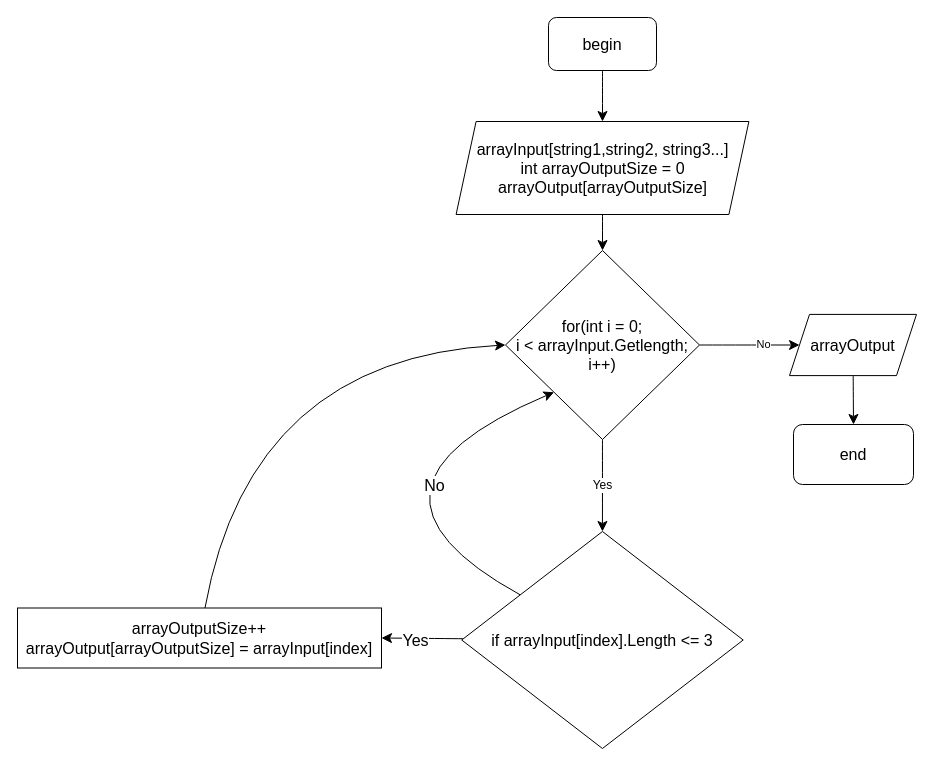
Earlier version of the draw.io diagram diogram.drawio (KochuginKirill/ITOG_work). Source tidied: cells renumbered, new cells numbered last; positions are measured from the earlier drawing's top-left corner, leaving out a move shared by most shapes. Both pictures are drawn from the tidied source at 100%, with x=0, y=0 at pixel (17, 17).
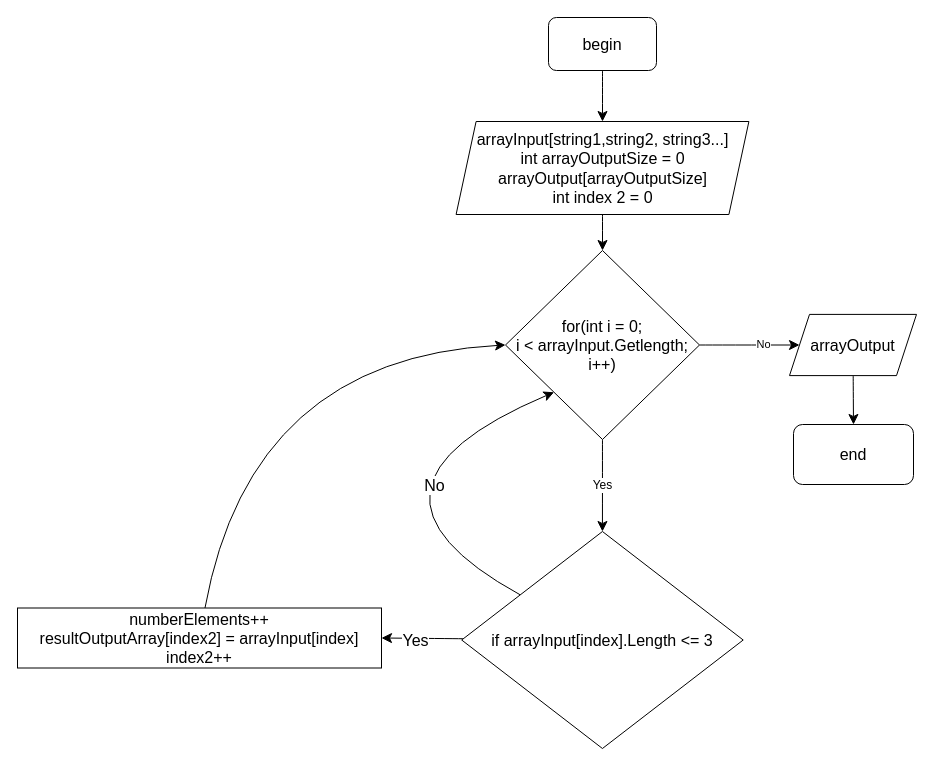
The same diagram, later.

Commit message:
multiple diagram corrections added

Change to the diagram source:
```diff
@@
-    <mxCell id="5" value="arrayInput[string1,string2, string3...]&lt;br&gt;int arrayOutputSize = 0&lt;br&gt;arrayOutput[arrayOutputSize]" style="shape=parallelogram;perimeter=parallelogramPerimeter;whiteSpace=wrap;html=1;fixedSize=1;fontSize=16;" parent="1" vertex="1">
+    <mxCell id="5" value="arrayInput[string1,string2, string3...]&lt;br&gt;int arrayOutputSize = 0&lt;br&gt;arrayOutput[arrayOutputSize]&lt;br&gt;int index 2 = 0" style="shape=parallelogram;perimeter=parallelogramPerimeter;whiteSpace=wrap;html=1;fixedSize=1;fontSize=16;" parent="1" vertex="1">
       <mxGeometry x="438.6" y="104" width="292.8" height="93" as="geometry" />
     </mxCell>
@@
-    <mxCell id="16" value="arrayOutputSize++&lt;br&gt;arrayOutput[arrayOutputSize] = arrayInput[index]" style="rounded=0;whiteSpace=wrap;html=1;fontSize=16;" parent="1" vertex="1">
+    <mxCell id="16" value="&lt;div&gt;numberElements++&lt;/div&gt;&lt;div&gt;resultOutputArray[index2] = arrayInput[index]&lt;/div&gt;&lt;div&gt;index2++&lt;/div&gt;" style="rounded=0;whiteSpace=wrap;html=1;fontSize=16;" parent="1" vertex="1">
       <mxGeometry y="590.5" width="364" height="60" as="geometry" />
     </mxCell>
```
